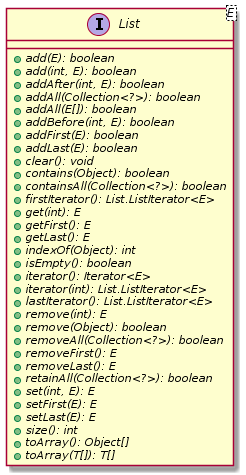
This is malokhvii-eduard/malokhvii05/doc/plantuml/png/ua.khpi.oop.malokhvii05.common.collect.List.png from P-Kalin/kit26a, a PlantUML export, as it was before one commit.
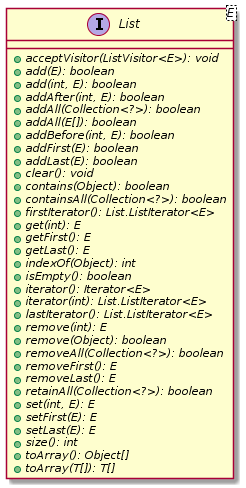
After the commit.

The edit, as a diff of the source:
```diff
@@ -1,6 +1,7 @@
 @startuml
 
     interface List<E> {
+        {abstract} +acceptVisitor(ListVisitor<E>): void
         {abstract} +add(E): boolean
         {abstract} +add(int, E): boolean
         {abstract} +addAfter(int, E): boolean
```
